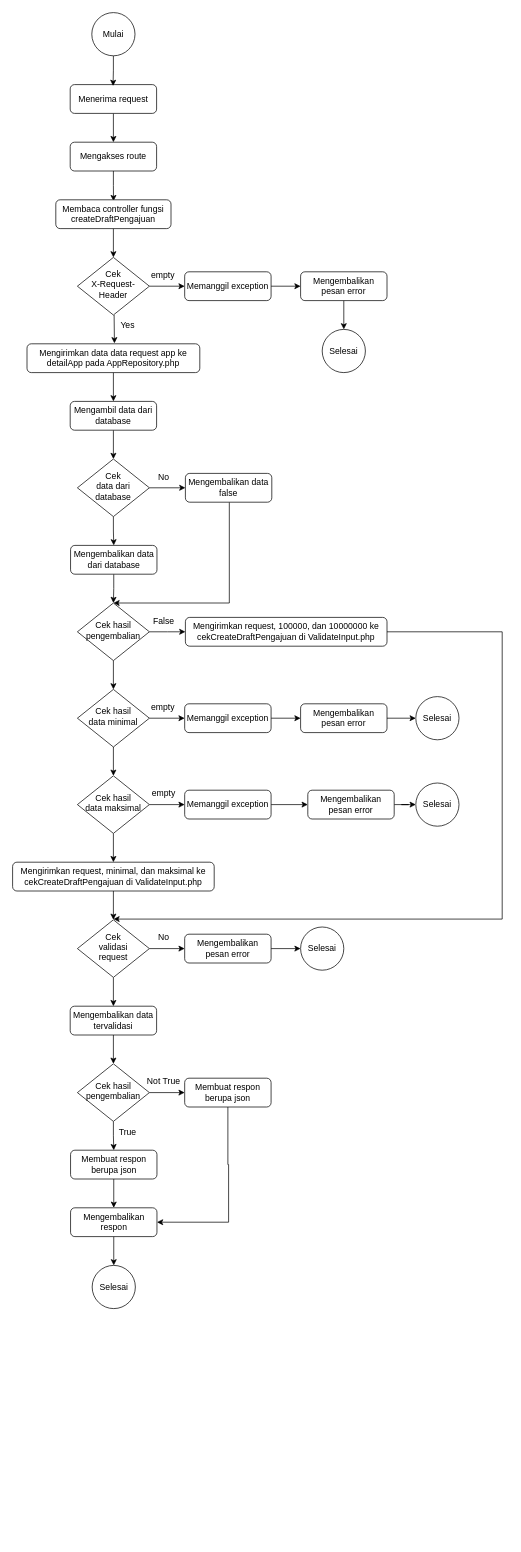
This is page "createDraftPengajuan" (2 of 11) of Flowchart FInal Project.drawio from alifatur323/intern-bootcamp-bri, a draw.io file, before an edit. Source tidied: cells renumbered, new cells numbered last; positions are measured from the earlier drawing's top-left corner, leaving out a move shared by most shapes. Both pictures are drawn from the tidied source at 72%, with x=0, y=0 at pixel (12, 12).
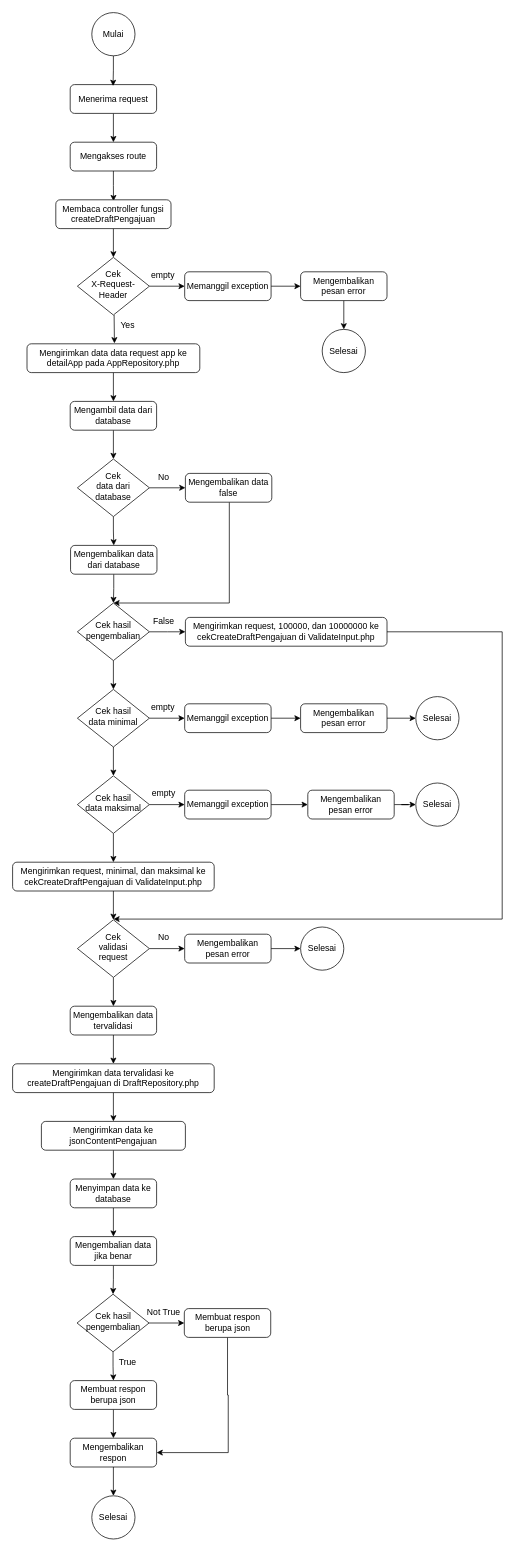
The same page after the edit.

The change refers to these unchanged cells:
```xml
<mxCell id="70" value="Mengembalikan data tervalidasi" style="rounded=1;whiteSpace=wrap;html=1;fontSize=12;glass=0;strokeWidth=1;shadow=0;" parent="1" vertex="1">
  <mxGeometry x="80" y="1380" width="120" height="40" as="geometry" />
</mxCell>
```

Change to the diagram source:
```diff
@@
     <mxCell id="29" value="Membuat respon berupa json" style="rounded=1;whiteSpace=wrap;html=1;fontSize=12;glass=0;strokeWidth=1;shadow=0;" parent="1" vertex="1">
-      <mxGeometry x="80.5" y="1580" width="120" height="40" as="geometry" />
+      <mxGeometry x="80" y="1900" width="120" height="40" as="geometry" />
     </mxCell>
@@
     <mxCell id="31" value="Mengembalikan respon" style="rounded=1;whiteSpace=wrap;html=1;fontSize=12;glass=0;strokeWidth=1;shadow=0;" parent="1" vertex="1">
-      <mxGeometry x="80.5" y="1660" width="120" height="40" as="geometry" />
+      <mxGeometry x="80" y="1980" width="120" height="40" as="geometry" />
     </mxCell>
     <mxCell id="32" value="Selesai" style="ellipse;whiteSpace=wrap;html=1;" parent="1" vertex="1">
-      <mxGeometry x="110.5" y="1740" width="60" height="60" as="geometry" />
+      <mxGeometry x="110" y="2060" width="60" height="60" as="geometry" />
     </mxCell>
@@
-    <mxCell id="69" style="edgeStyle=orthogonalEdgeStyle;rounded=0;jettySize=auto;html=1;entryX=0.5;entryY=0;entryDx=0;entryDy=0;" parent="1" edge="1" source="70" target="75">
-      <mxGeometry relative="1" as="geometry" />
-    </mxCell>
+    <mxCell id="79" style="edgeStyle=orthogonalEdgeStyle;rounded=0;jettySize=auto;html=1;entryX=0.5;entryY=0;entryDx=0;entryDy=0;" parent="1" edge="1" source="70" target="81">
+      <mxGeometry relative="1" as="geometry" />
+    </mxCell>
@@
     <mxCell id="71" value="True" style="text;html=1;strokeColor=none;fillColor=none;align=center;verticalAlign=middle;whiteSpace=wrap;rounded=0;" parent="1" vertex="1">
-      <mxGeometry x="130" y="1540" width="60" height="30" as="geometry" />
+      <mxGeometry x="129.5" y="1860" width="60" height="30" as="geometry" />
     </mxCell>
@@
     <mxCell id="75" value="Cek hasil pengembalian" style="rhombus;whiteSpace=wrap;html=1;shadow=0;fontFamily=Helvetica;fontSize=12;align=center;strokeWidth=1;spacing=6;spacingTop=-4;" parent="1" vertex="1">
-      <mxGeometry x="90" y="1460" width="100" height="80" as="geometry" />
+      <mxGeometry x="89.5" y="1780" width="100" height="80" as="geometry" />
     </mxCell>
     <mxCell id="76" style="edgeStyle=orthogonalEdgeStyle;rounded=0;jettySize=auto;html=1;entryX=1;entryY=0.5;entryDx=0;entryDy=0;" parent="1" edge="1" source="77" target="31">
       <mxGeometry relative="1" as="geometry">
         <Array as="points">
-          <mxPoint x="299" y="1600" />
-          <mxPoint x="300" y="1600" />
-          <mxPoint x="300" y="1680" />
+          <mxPoint x="298.5" y="1920" />
+          <mxPoint x="299.5" y="1920" />
+          <mxPoint x="299.5" y="2000" />
         </Array>
       </mxGeometry>
     </mxCell>
     <mxCell id="77" value="Membuat respon berupa json" style="rounded=1;whiteSpace=wrap;html=1;fontSize=12;glass=0;strokeWidth=1;shadow=0;" parent="1" vertex="1">
-      <mxGeometry x="239" y="1480" width="120" height="40" as="geometry" />
+      <mxGeometry x="238.5" y="1800" width="120" height="40" as="geometry" />
     </mxCell>
     <mxCell id="78" value="Not True" style="text;html=1;strokeColor=none;fillColor=none;align=center;verticalAlign=middle;whiteSpace=wrap;rounded=0;" parent="1" vertex="1">
-      <mxGeometry x="180" y="1470" width="60" height="30" as="geometry" />
+      <mxGeometry x="179.5" y="1790" width="60" height="30" as="geometry" />
     </mxCell>
+    <mxCell id="80" style="edgeStyle=orthogonalEdgeStyle;rounded=0;jettySize=auto;html=1;entryX=0.5;entryY=0;entryDx=0;entryDy=0;" parent="1" edge="1" source="81" target="83">
+      <mxGeometry relative="1" as="geometry" />
+    </mxCell>
+    <mxCell id="81" value="Mengirimkan data tervalidasi ke createDraftPengajuan di DraftRepository.php" style="rounded=1;whiteSpace=wrap;html=1;fontSize=12;glass=0;strokeWidth=1;shadow=0;" parent="1" vertex="1">
+      <mxGeometry y="1460" width="280" height="40" as="geometry" />
+    </mxCell>
+    <mxCell id="82" style="edgeStyle=orthogonalEdgeStyle;rounded=0;jettySize=auto;html=1;" parent="1" edge="1" source="83" target="85">
+      <mxGeometry relative="1" as="geometry" />
+    </mxCell>
+    <mxCell id="83" value="Mengirimkan data ke jsonContentPengajuan" style="rounded=1;whiteSpace=wrap;html=1;fontSize=12;glass=0;strokeWidth=1;shadow=0;" parent="1" vertex="1">
+      <mxGeometry x="40" y="1540" width="200" height="40" as="geometry" />
+    </mxCell>
+    <mxCell id="84" style="edgeStyle=orthogonalEdgeStyle;rounded=0;jettySize=auto;html=1;" parent="1" edge="1" source="85" target="87">
+      <mxGeometry relative="1" as="geometry" />
+    </mxCell>
+    <mxCell id="85" value="Menyimpan data ke database" style="rounded=1;whiteSpace=wrap;html=1;fontSize=12;glass=0;strokeWidth=1;shadow=0;" parent="1" vertex="1">
+      <mxGeometry x="80" y="1620" width="120" height="40" as="geometry" />
+    </mxCell>
+    <mxCell id="86" style="edgeStyle=orthogonalEdgeStyle;rounded=0;jettySize=auto;html=1;entryX=0.5;entryY=0;entryDx=0;entryDy=0;" parent="1" edge="1" source="87" target="75">
+      <mxGeometry relative="1" as="geometry" />
+    </mxCell>
+    <mxCell id="87" value="Mengembalian data jika benar" style="rounded=1;whiteSpace=wrap;html=1;fontSize=12;glass=0;strokeWidth=1;shadow=0;" parent="1" vertex="1">
+      <mxGeometry x="80" y="1700" width="120" height="40" as="geometry" />
+    </mxCell>
```
